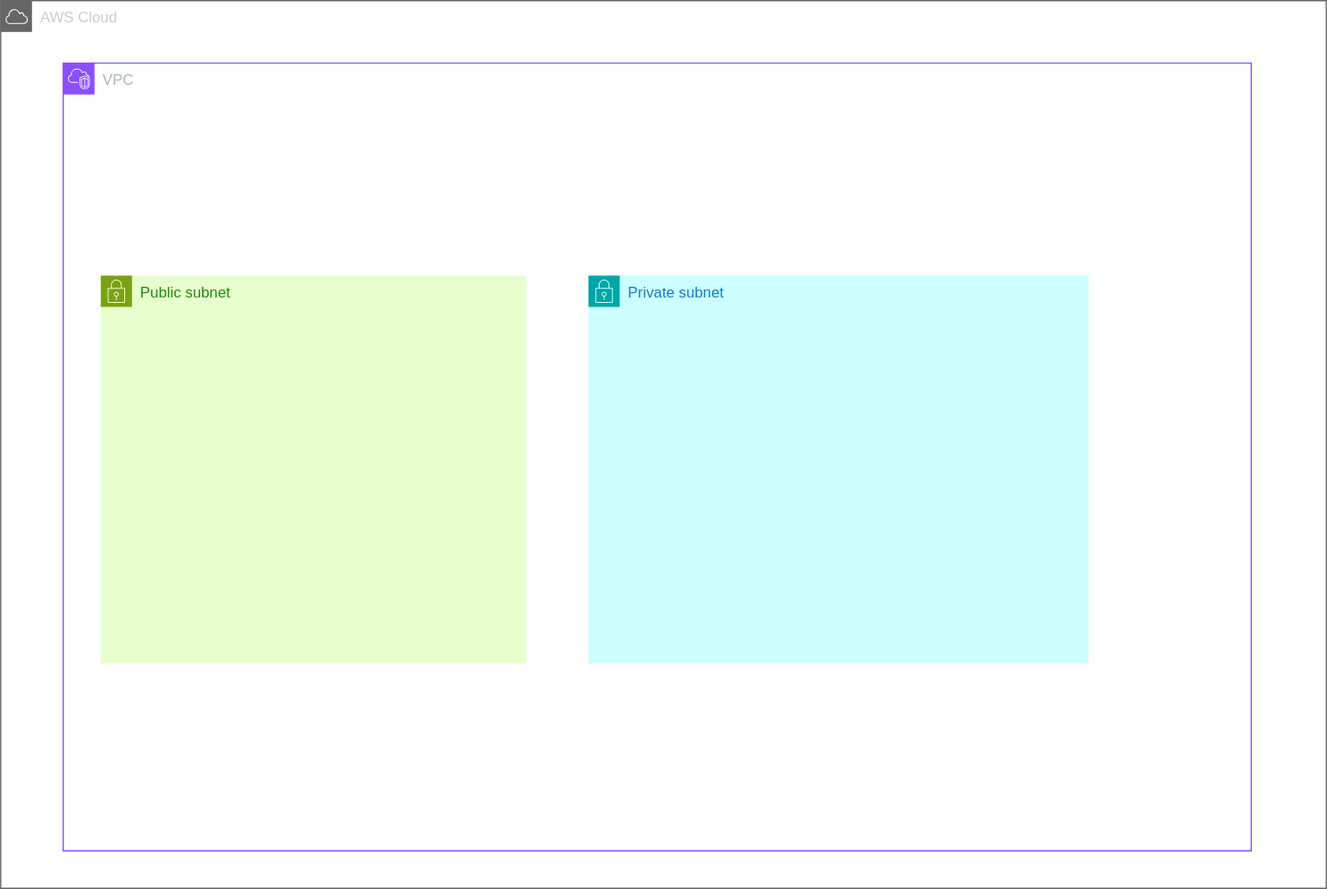
Earlier version of the draw.io export aws-ops.drawio.svg (nami5963/aws-ops). Source tidied: cells renumbered, new cells last; positions are measured from the earlier drawing's top-left corner, leaving out a move shared by most shapes. Source of this version:
```xml
<mxGraphModel background="#FFFFFF">
  <root>
    <mxCell id="0" />
    <mxCell id="1" value="AWS Cloud" parent="0" />
    <mxCell id="2" value="&lt;font color=&quot;#cccccc&quot;&gt;AWS Cloud&lt;/font&gt;" style="gradientColor=none;html=1;whiteSpace=wrap;fontSize=12;fontStyle=0;shape=mxgraph.aws4.group;grIcon=mxgraph.aws4.group_aws_cloud;strokeColor=#666666;fillColor=none;verticalAlign=top;align=left;spacingLeft=30;fontColor=#232F3E;dashed=0;strokeWidth=1;" parent="1" vertex="1">
      <mxGeometry width="1060" height="710" as="geometry" />
    </mxCell>
    <mxCell id="3" value="VPC" parent="0" />
    <mxCell id="4" value="VPC" style="gradientColor=none;html=1;whiteSpace=wrap;fontSize=12;fontStyle=0;shape=mxgraph.aws4.group;grIcon=mxgraph.aws4.group_vpc2;strokeColor=#8C4FFF;fillColor=none;verticalAlign=top;align=left;spacingLeft=30;fontColor=#AAB7B8;dashed=0;" parent="3" vertex="1">
      <mxGeometry x="50" y="50" width="950" height="630" as="geometry" />
    </mxCell>
    <mxCell id="5" value="subnets" parent="0" />
    <mxCell id="6" value="Private subnet" style="gradientColor=none;html=1;whiteSpace=wrap;fontSize=12;fontStyle=0;shape=mxgraph.aws4.group;grIcon=mxgraph.aws4.group_security_group;grStroke=0;strokeColor=#00A4A6;fillColor=#CCFFFF;verticalAlign=top;align=left;spacingLeft=30;fontColor=#147EBA;dashed=0;" parent="5" vertex="1">
      <mxGeometry x="470" y="220" width="400" height="310" as="geometry" />
    </mxCell>
    <mxCell id="7" value="Public subnet" style="gradientColor=none;html=1;whiteSpace=wrap;fontSize=12;fontStyle=0;shape=mxgraph.aws4.group;grIcon=mxgraph.aws4.group_security_group;grStroke=0;strokeColor=#7AA116;fillColor=#E6FFCC;verticalAlign=top;align=left;spacingLeft=30;fontColor=#248814;dashed=0;" parent="5" vertex="1">
      <mxGeometry x="80" y="220" width="340" height="310" as="geometry" />
    </mxCell>
  </root>
</mxGraphModel>
```
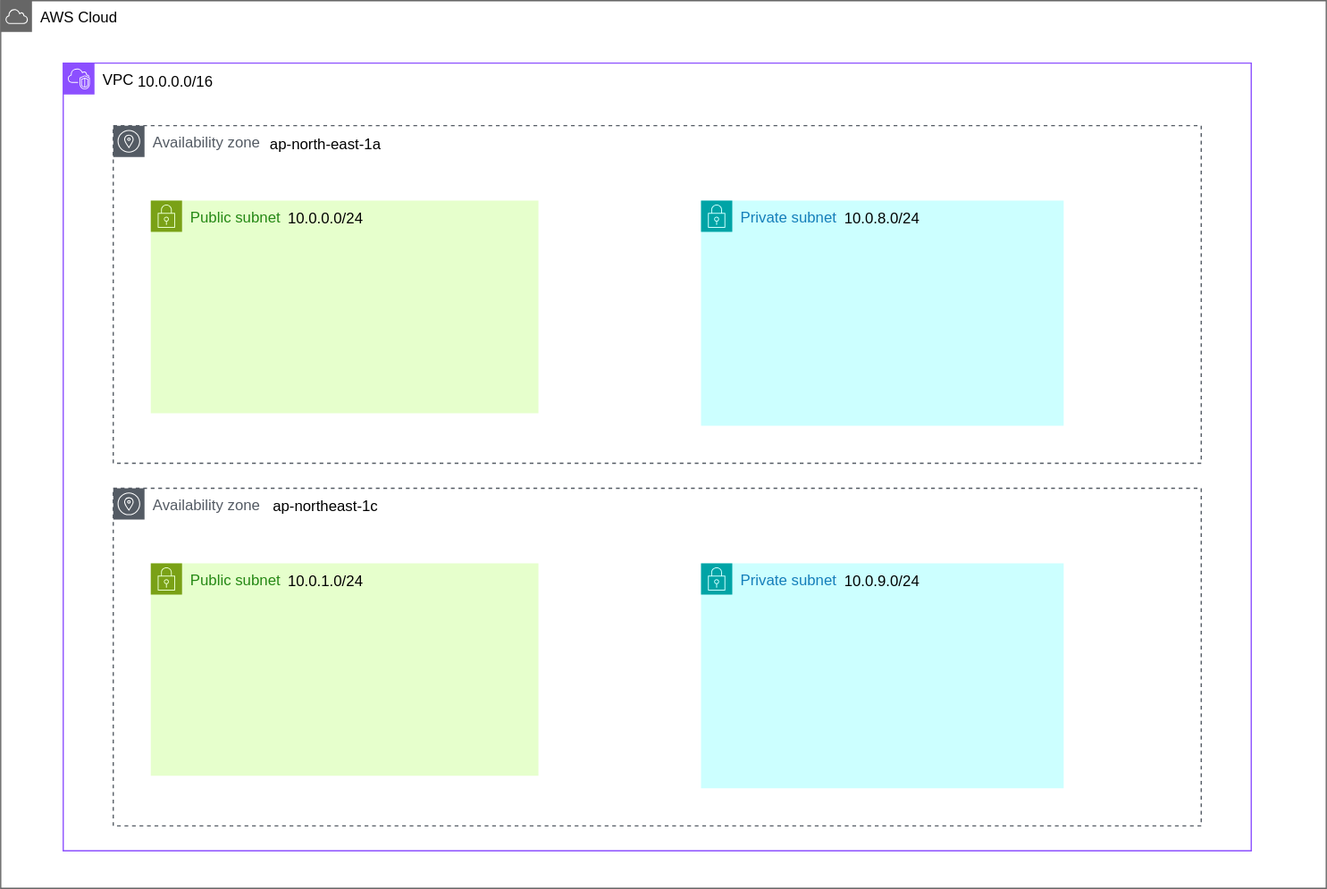
Above is the later version.

The edit, as a diff of the source:
```diff
@@ -2,19 +2,55 @@
   <root>
     <mxCell id="0" />
     <mxCell id="1" value="AWS Cloud" parent="0" />
-    <mxCell id="2" value="&lt;font color=&quot;#cccccc&quot;&gt;AWS Cloud&lt;/font&gt;" style="gradientColor=none;html=1;whiteSpace=wrap;fontSize=12;fontStyle=0;shape=mxgraph.aws4.group;grIcon=mxgraph.aws4.group_aws_cloud;strokeColor=#666666;fillColor=none;verticalAlign=top;align=left;spacingLeft=30;fontColor=#232F3E;dashed=0;strokeWidth=1;" parent="1" vertex="1">
+    <mxCell id="2" value="&lt;font color=&quot;#000000&quot;&gt;AWS Cloud&lt;/font&gt;" style="gradientColor=none;html=1;whiteSpace=wrap;fontSize=12;fontStyle=0;shape=mxgraph.aws4.group;grIcon=mxgraph.aws4.group_aws_cloud;strokeColor=#666666;fillColor=none;verticalAlign=top;align=left;spacingLeft=30;fontColor=#232F3E;dashed=0;strokeWidth=1;" parent="1" vertex="1">
       <mxGeometry width="1060" height="710" as="geometry" />
     </mxCell>
     <mxCell id="3" value="VPC" parent="0" />
-    <mxCell id="4" value="VPC" style="gradientColor=none;html=1;whiteSpace=wrap;fontSize=12;fontStyle=0;shape=mxgraph.aws4.group;grIcon=mxgraph.aws4.group_vpc2;strokeColor=#8C4FFF;fillColor=none;verticalAlign=top;align=left;spacingLeft=30;fontColor=#AAB7B8;dashed=0;" parent="3" vertex="1">
+    <mxCell id="4" value="&lt;font color=&quot;#000000&quot;&gt;VPC&lt;/font&gt;" style="gradientColor=none;html=1;whiteSpace=wrap;fontSize=12;fontStyle=0;shape=mxgraph.aws4.group;grIcon=mxgraph.aws4.group_vpc2;strokeColor=#8C4FFF;fillColor=none;verticalAlign=top;align=left;spacingLeft=30;fontColor=#AAB7B8;dashed=0;" parent="3" vertex="1">
       <mxGeometry x="50" y="50" width="950" height="630" as="geometry" />
     </mxCell>
+    <mxCell id="8" value="10.0.0.0/16" style="text;html=1;align=center;verticalAlign=middle;whiteSpace=wrap;rounded=0;" parent="4" vertex="1">
+      <mxGeometry x="60" width="60" height="30" as="geometry" />
+    </mxCell>
+    <mxCell id="9" value="AZa" parent="0" />
+    <mxCell id="10" value="Availability zone" style="sketch=0;gradientColor=none;html=1;whiteSpace=wrap;fontSize=12;fontStyle=0;shape=mxgraph.aws4.group;grIcon=mxgraph.aws4.group_availability_zone;strokeColor=#545B64;fillColor=none;verticalAlign=top;align=left;spacingLeft=30;fontColor=#545B64;dashed=1;" parent="9" vertex="1">
+      <mxGeometry x="90" y="100" width="870" height="270" as="geometry" />
+    </mxCell>
+    <mxCell id="11" value="ap-north-east-1a" style="text;html=1;align=center;verticalAlign=middle;whiteSpace=wrap;rounded=0;" parent="9" vertex="1">
+      <mxGeometry x="210" y="100" width="100" height="30" as="geometry" />
+    </mxCell>
+    <mxCell id="12" value="AZc" parent="0" />
+    <mxCell id="13" value="Availability zone" style="sketch=0;gradientColor=none;html=1;whiteSpace=wrap;fontSize=12;fontStyle=0;shape=mxgraph.aws4.group;grIcon=mxgraph.aws4.group_availability_zone;strokeColor=#545B64;fillColor=none;verticalAlign=top;align=left;spacingLeft=30;fontColor=#545B64;dashed=1;" parent="12" vertex="1">
+      <mxGeometry x="90" y="390" width="870" height="270" as="geometry" />
+    </mxCell>
+    <mxCell id="14" value="ap-northeast-1c" style="text;html=1;align=center;verticalAlign=middle;whiteSpace=wrap;rounded=0;" parent="12" vertex="1">
+      <mxGeometry x="210" y="390" width="100" height="30" as="geometry" />
+    </mxCell>
-    <mxCell id="5" value="subnets" parent="0" />
+    <mxCell id="5" value="subnets(a)" parent="0" />
     <mxCell id="6" value="Private subnet" style="gradientColor=none;html=1;whiteSpace=wrap;fontSize=12;fontStyle=0;shape=mxgraph.aws4.group;grIcon=mxgraph.aws4.group_security_group;grStroke=0;strokeColor=#00A4A6;fillColor=#CCFFFF;verticalAlign=top;align=left;spacingLeft=30;fontColor=#147EBA;dashed=0;" parent="5" vertex="1">
-      <mxGeometry x="470" y="220" width="400" height="310" as="geometry" />
+      <mxGeometry x="560" y="160" width="290" height="180" as="geometry" />
     </mxCell>
+    <mxCell id="15" value="10.0.8.0/24" style="text;html=1;align=center;verticalAlign=middle;whiteSpace=wrap;rounded=0;" parent="6" vertex="1">
+      <mxGeometry x="115" width="60" height="30" as="geometry" />
+    </mxCell>
     <mxCell id="7" value="Public subnet" style="gradientColor=none;html=1;whiteSpace=wrap;fontSize=12;fontStyle=0;shape=mxgraph.aws4.group;grIcon=mxgraph.aws4.group_security_group;grStroke=0;strokeColor=#7AA116;fillColor=#E6FFCC;verticalAlign=top;align=left;spacingLeft=30;fontColor=#248814;dashed=0;" parent="5" vertex="1">
-      <mxGeometry x="80" y="220" width="340" height="310" as="geometry" />
+      <mxGeometry x="120" y="160" width="310" height="170" as="geometry" />
     </mxCell>
+    <mxCell id="16" value="10.0.0.0/24" style="text;html=1;align=center;verticalAlign=middle;whiteSpace=wrap;rounded=0;" parent="5" vertex="1">
+      <mxGeometry x="230" y="160" width="60" height="30" as="geometry" />
+    </mxCell>
+    <mxCell id="17" value="subnets(c)" parent="0" />
+    <mxCell id="18" value="Private subnet" style="gradientColor=none;html=1;whiteSpace=wrap;fontSize=12;fontStyle=0;shape=mxgraph.aws4.group;grIcon=mxgraph.aws4.group_security_group;grStroke=0;strokeColor=#00A4A6;fillColor=#CCFFFF;verticalAlign=top;align=left;spacingLeft=30;fontColor=#147EBA;dashed=0;" parent="17" vertex="1">
+      <mxGeometry x="560" y="450" width="290" height="180" as="geometry" />
+    </mxCell>
+    <mxCell id="19" value="10.0.9.0/24" style="text;html=1;align=center;verticalAlign=middle;whiteSpace=wrap;rounded=0;" parent="18" vertex="1">
+      <mxGeometry x="115" width="60" height="30" as="geometry" />
+    </mxCell>
+    <mxCell id="20" value="Public subnet" style="gradientColor=none;html=1;whiteSpace=wrap;fontSize=12;fontStyle=0;shape=mxgraph.aws4.group;grIcon=mxgraph.aws4.group_security_group;grStroke=0;strokeColor=#7AA116;fillColor=#E6FFCC;verticalAlign=top;align=left;spacingLeft=30;fontColor=#248814;dashed=0;" parent="17" vertex="1">
+      <mxGeometry x="120" y="450" width="310" height="170" as="geometry" />
+    </mxCell>
+    <mxCell id="21" value="10.0.1.0/24" style="text;html=1;align=center;verticalAlign=middle;whiteSpace=wrap;rounded=0;" parent="17" vertex="1">
+      <mxGeometry x="230" y="450" width="60" height="30" as="geometry" />
+    </mxCell>
   </root>
 </mxGraphModel>
```
